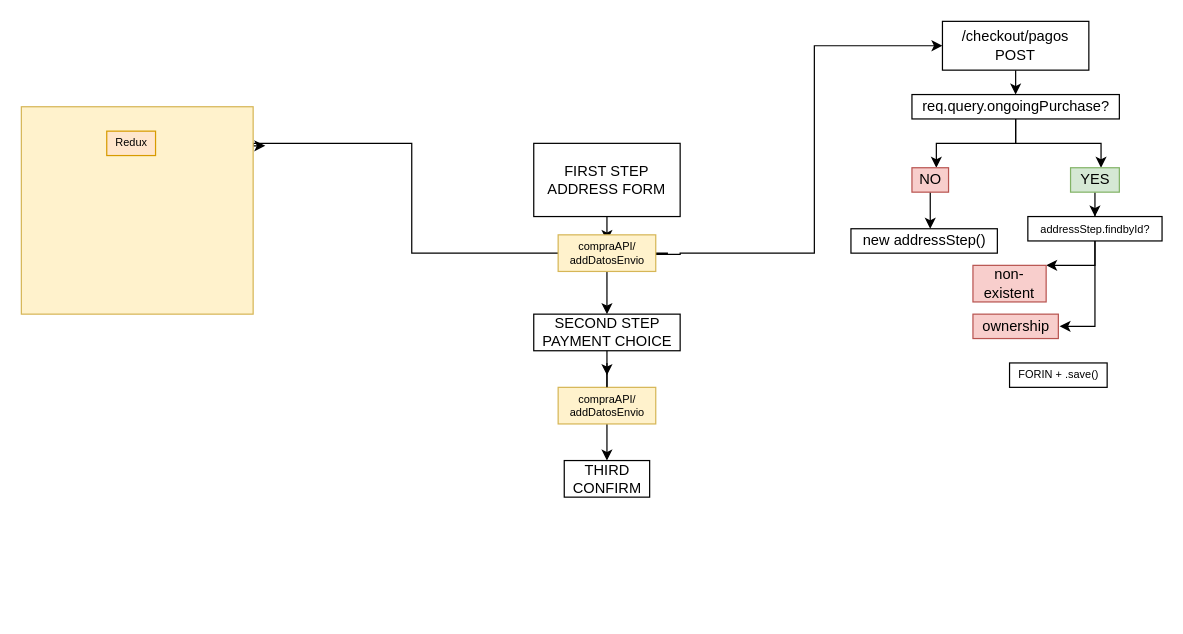
Above: PERFUMERIAMUNDIAL/Untitled Diagram.drawio in CarelessAsado/Graphs (draw.io), before the change. Source tidied: cells renumbered, new cells numbered last; positions are measured from the earlier drawing's top-left corner, leaving out a move shared by most shapes. Both pictures are drawn from the tidied source at 122%, with x=0, y=0 at pixel (21, 21).
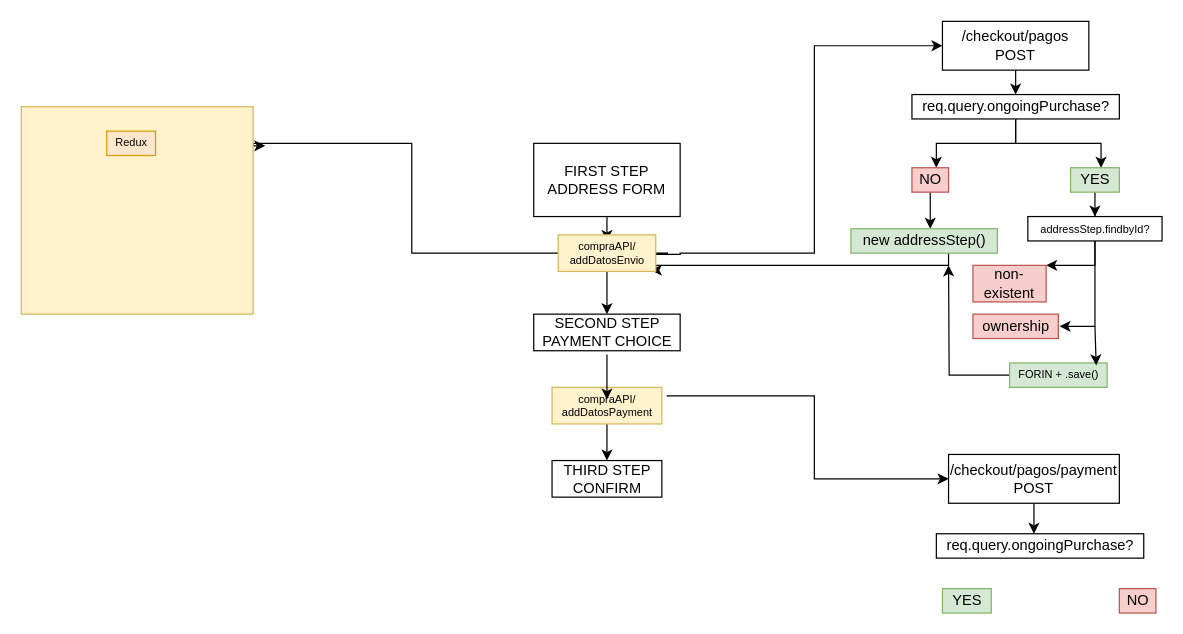
The same diagram, later.

The change refers to these unchanged cells:
```xml
<mxCell id="6" value="SECOND STEP&lt;br&gt;PAYMENT CHOICE" style="text;html=1;align=center;verticalAlign=middle;points=[];strokeColor=default;fillColor=none;" parent="1" vertex="1">
  <mxGeometry x="420" y="240" width="120" height="30" as="geometry" />
</mxCell>
<mxCell id="25" value="compraAPI/&lt;br&gt;addDatosEnvio" style="text;html=1;align=center;verticalAlign=middle;points=[];strokeColor=#d6b656;fillColor=#fff2cc;fontSize=9;" parent="1" vertex="1">
  <mxGeometry x="440" y="175" width="80" height="30" as="geometry" />
</mxCell>
```

Change to the diagram source:
```diff
@@
-    <mxCell id="5" style="edgeStyle=orthogonalEdgeStyle;rounded=0;jettySize=auto;html=1;fontSize=9;startArrow=none;" parent="1" edge="1" source="29">
-      <mxGeometry relative="1" as="geometry">
-        <mxPoint x="480" y="290" as="targetPoint" />
-      </mxGeometry>
-    </mxCell>
@@
+    <mxCell id="32" style="edgeStyle=orthogonalEdgeStyle;rounded=0;jettySize=auto;html=1;fontSize=9;entryX=0.95;entryY=0.967;entryDx=0;entryDy=0;entryPerimeter=0;" parent="1" edge="1" source="16" target="25">
+      <mxGeometry relative="1" as="geometry">
+        <Array as="points">
+          <mxPoint x="760" y="200" />
+          <mxPoint x="520" y="200" />
+          <mxPoint x="520" y="204" />
+        </Array>
+      </mxGeometry>
+    </mxCell>
-    <mxCell id="16" value="new addressStep()" style="text;html=1;align=center;verticalAlign=middle;points=[];strokeColor=default;fillColor=none;" parent="1" vertex="1">
+    <mxCell id="16" value="new addressStep()" style="text;html=1;align=center;verticalAlign=middle;points=[];strokeColor=#82b366;fillColor=#d5e8d4;" parent="1" vertex="1">
       <mxGeometry x="680" y="170" width="120" height="20" as="geometry" />
     </mxCell>
@@
+    <mxCell id="33" style="edgeStyle=orthogonalEdgeStyle;rounded=0;jettySize=auto;html=1;fontSize=9;" parent="1" edge="1" source="22">
+      <mxGeometry relative="1" as="geometry">
+        <mxPoint x="760" y="200" as="targetPoint" />
+      </mxGeometry>
+    </mxCell>
-    <mxCell id="22" value="FORIN + .save()" style="text;html=1;align=center;verticalAlign=middle;points=[];fontSize=9;strokeColor=default;" parent="1" vertex="1">
+    <mxCell id="22" value="FORIN + .save()" style="text;html=1;align=center;verticalAlign=middle;points=[];fontSize=9;strokeColor=#82b366;fillColor=#d5e8d4;" parent="1" vertex="1">
       <mxGeometry x="810" y="280" width="80" height="20" as="geometry" />
     </mxCell>
@@
-    <mxCell id="29" value="compraAPI/&lt;br&gt;addDatosEnvio" style="text;html=1;align=center;verticalAlign=middle;points=[];strokeColor=#d6b656;fillColor=#fff2cc;fontSize=9;" parent="1" vertex="1">
-      <mxGeometry x="440" y="300" width="80" height="30" as="geometry" />
+    <mxCell id="29" value="compraAPI/&lt;br&gt;addDatosPayment" style="text;html=1;align=center;verticalAlign=middle;points=[];strokeColor=#d6b656;fillColor=#fff2cc;fontSize=9;" parent="1" vertex="1">
+      <mxGeometry x="435" y="300" width="90" height="30" as="geometry" />
     </mxCell>
-    <mxCell id="30" style="edgeStyle=orthogonalEdgeStyle;rounded=0;jettySize=auto;html=1;fontSize=9;endArrow=none;" parent="1" edge="1" source="6" target="29">
-      <mxGeometry relative="1" as="geometry" />
-    </mxCell>
+    <mxCell id="34" style="edgeStyle=orthogonalEdgeStyle;rounded=0;jettySize=auto;html=1;fontSize=9;exitX=1.044;exitY=0.233;exitDx=0;exitDy=0;exitPerimeter=0;" parent="1" edge="1" source="29">
+      <mxGeometry relative="1" as="geometry">
+        <mxPoint x="760" y="375" as="targetPoint" />
+        <Array as="points">
+          <mxPoint x="650" y="307" />
+          <mxPoint x="650" y="375" />
+        </Array>
+      </mxGeometry>
+    </mxCell>
-    <mxCell id="31" value="THIRD&lt;br&gt;CONFIRM" style="text;html=1;align=center;verticalAlign=middle;strokeColor=default;fillColor=none;" parent="1" vertex="1">
-      <mxGeometry x="445" y="360" width="70" height="30" as="geometry" />
+    <mxCell id="31" value="THIRD STEP&lt;br&gt;CONFIRM" style="text;html=1;align=center;verticalAlign=middle;strokeColor=default;fillColor=none;" parent="1" vertex="1">
+      <mxGeometry x="435" y="360" width="90" height="30" as="geometry" />
     </mxCell>
+    <mxCell id="35" style="endArrow=classic;html=1;rounded=0;fontSize=9;entryX=0.888;entryY=0.1;entryDx=0;entryDy=0;entryPerimeter=0;" parent="1" edge="1" target="22">
+      <mxGeometry relative="1" as="geometry">
+        <mxPoint x="880" y="250" as="sourcePoint" />
+      </mxGeometry>
+    </mxCell>
+    <mxCell id="36" style="endArrow=classic;html=1;rounded=0;fontSize=9;exitX=0.5;exitY=1.1;exitDx=0;exitDy=0;exitPerimeter=0;" parent="1" edge="1" source="6">
+      <mxGeometry relative="1" as="geometry">
+        <mxPoint x="480" y="310" as="targetPoint" />
+      </mxGeometry>
+    </mxCell>
+    <mxCell id="37" style="edgeStyle=orthogonalEdgeStyle;rounded=0;jettySize=auto;html=1;fontSize=9;" parent="1" edge="1" source="38">
+      <mxGeometry relative="1" as="geometry">
+        <mxPoint x="830" y="420" as="targetPoint" />
+      </mxGeometry>
+    </mxCell>
+    <mxCell id="38" value="/checkout/pagos/payment&lt;br&gt;POST" style="whiteSpace=wrap;html=1;" parent="1" vertex="1">
+      <mxGeometry x="760" y="355" width="140" height="40" as="geometry" />
+    </mxCell>
+    <mxCell id="39" value="req.query.ongoingPurchase?" style="text;html=1;align=center;verticalAlign=middle;strokeColor=default;fillColor=none;" parent="1" vertex="1">
+      <mxGeometry x="750" y="420" width="170" height="20" as="geometry" />
+    </mxCell>
+    <mxCell id="40" value="NO" style="text;html=1;align=center;verticalAlign=middle;strokeColor=#b85450;fillColor=#f8cecc;" parent="1" vertex="1">
+      <mxGeometry x="900" y="465" width="30" height="20" as="geometry" />
+    </mxCell>
+    <mxCell id="41" value="YES" style="text;html=1;align=center;verticalAlign=middle;strokeColor=#82b366;fillColor=#d5e8d4;" parent="1" vertex="1">
+      <mxGeometry x="755" y="465" width="40" height="20" as="geometry" />
+    </mxCell>
```
